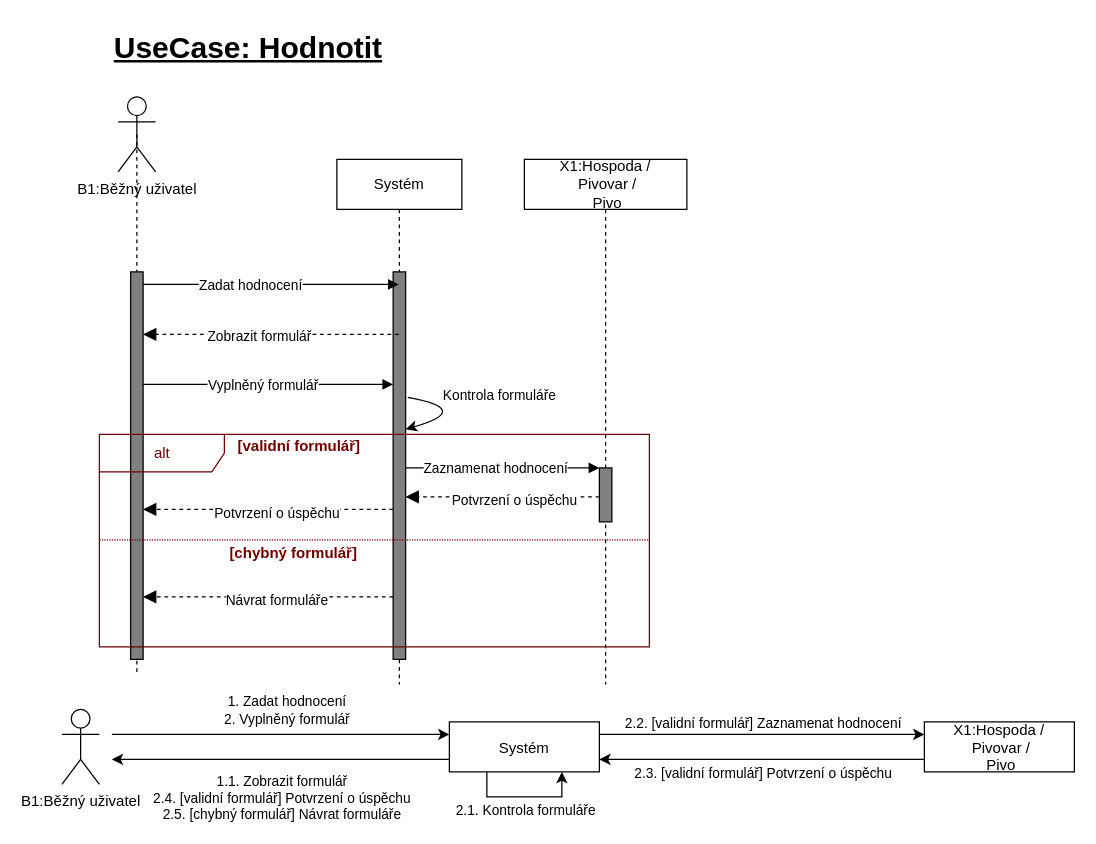
This is page "Hodnocení" (4 of 12) of IUS/IUS_projekt/Sequence.drawio from dan1235689/Diagrams, a draw.io file, before an edit. Source tidied: cells renumbered, new cells numbered last; positions are measured from the earlier drawing's top-left corner, leaving out a move shared by most shapes. Both pictures are drawn from the tidied source at 125%, with x=0, y=0 at pixel (61, 21).
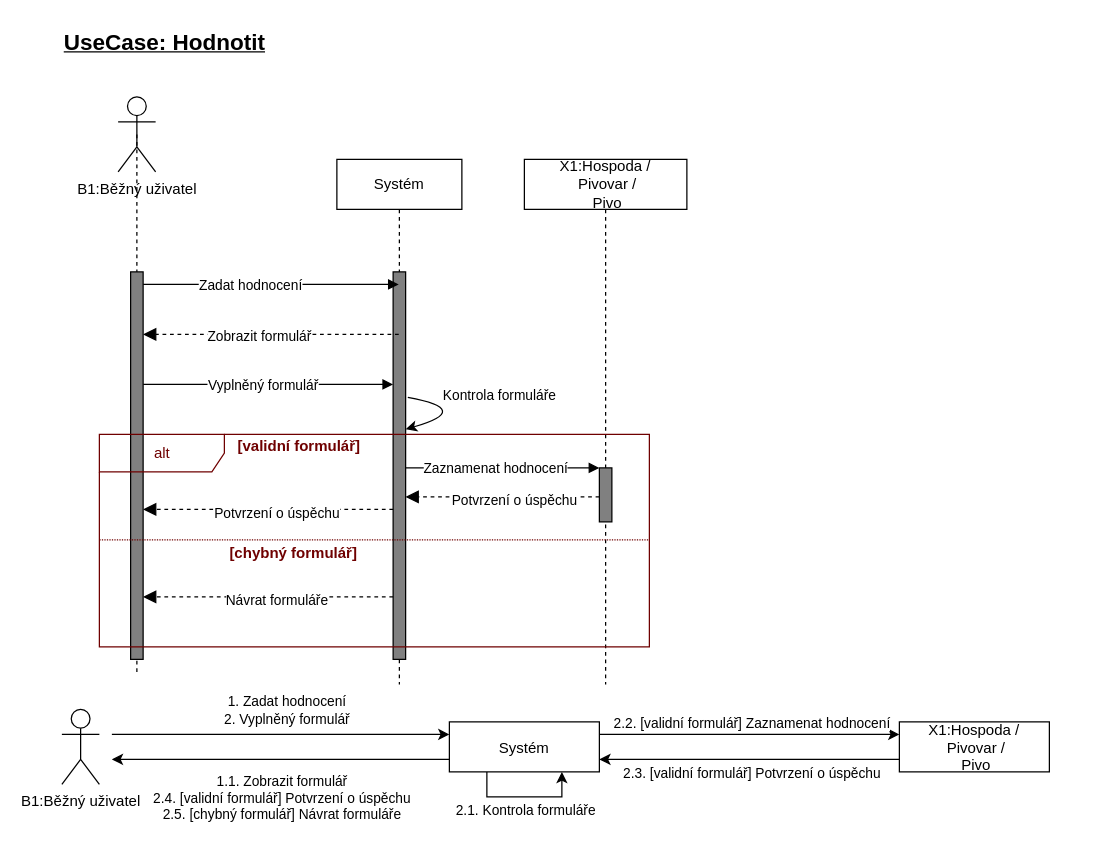
After the change.

Change to the diagram source:
```diff
@@
     <mxCell id="30" value="X1:Hospoda /&#10; Pivovar /&#10; Pivo" style="fontStyle=0;" parent="1" vertex="1">
-      <mxGeometry x="690" y="560" width="120" height="40" as="geometry" />
+      <mxGeometry x="670" y="560" width="120" height="40" as="geometry" />
     </mxCell>
@@
-    <mxCell id="41" value="&lt;span style=&quot;font-family: Helvetica; font-size: 24px; font-style: normal; font-variant-ligatures: normal; font-variant-caps: normal; font-weight: 700; letter-spacing: normal; orphans: 2; text-align: center; text-indent: 0px; text-transform: none; widows: 2; word-spacing: 0px; -webkit-text-stroke-width: 0px; text-decoration: underline; float: none; display: inline !important;&quot;&gt;&lt;font color=&quot;#000000&quot;&gt;UseCase: Hodnotit&lt;/font&gt;&lt;/span&gt;" style="text;whiteSpace=wrap;html=1;" parent="1" vertex="1">
-      <mxGeometry x="40" width="310" height="50" as="geometry" />
+    <mxCell id="41" value="&lt;span style=&quot;font-family: Helvetica; font-style: normal; font-variant-ligatures: normal; font-variant-caps: normal; font-weight: 700; letter-spacing: normal; orphans: 2; text-align: center; text-indent: 0px; text-transform: none; widows: 2; word-spacing: 0px; -webkit-text-stroke-width: 0px; text-decoration: underline; float: none; display: inline !important;&quot;&gt;&lt;font style=&quot;font-size: 18px;&quot; color=&quot;#000000&quot;&gt;UseCase: Hodnotit&lt;/font&gt;&lt;/span&gt;" style="text;whiteSpace=wrap;html=1;" parent="1" vertex="1">
+      <mxGeometry width="310" height="50" as="geometry" />
     </mxCell>
```
